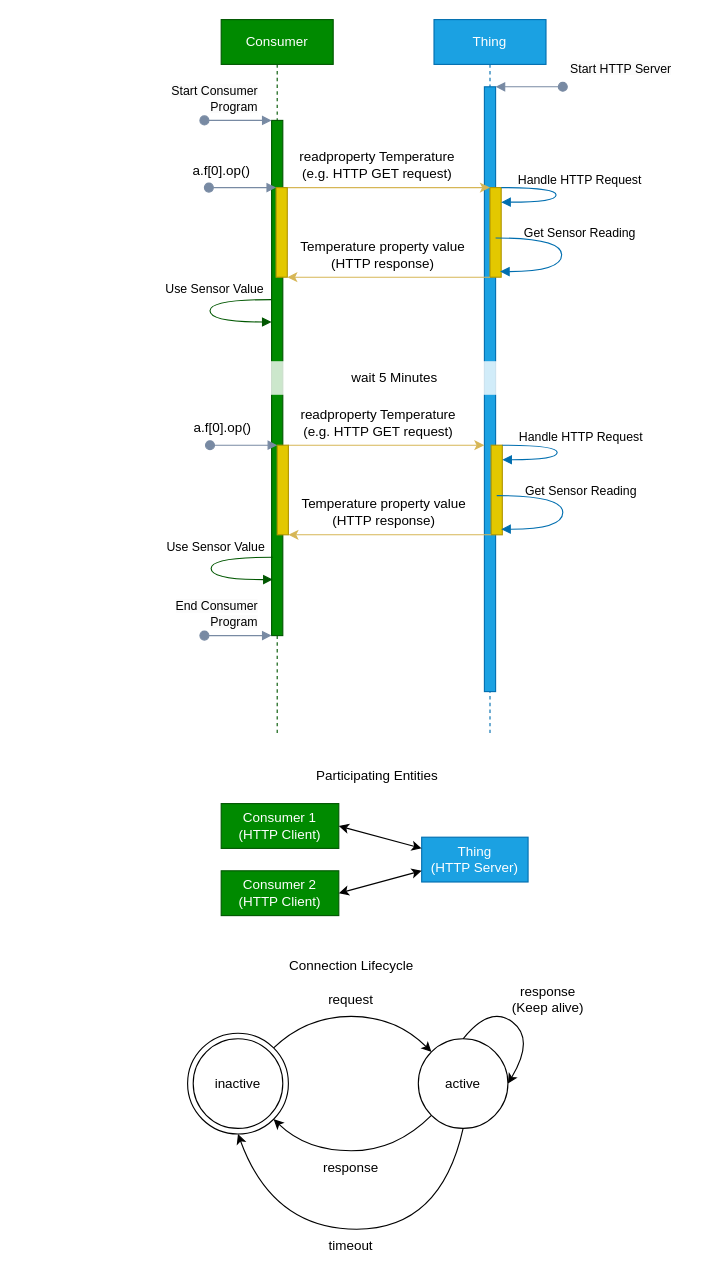
The draw.io diagram page "HTTP" (3 of 5) of planning/ThingDescription/td-next-work-items/images/initial-connection.drawio in w3c/wot, before the edit. Source tidied: cells renumbered, new cells numbered last; positions are measured from the earlier drawing's top-left corner, leaving out a move shared by most shapes. Both pictures are drawn from the tidied source at 112%, with x=0, y=0 at pixel (137, 19).
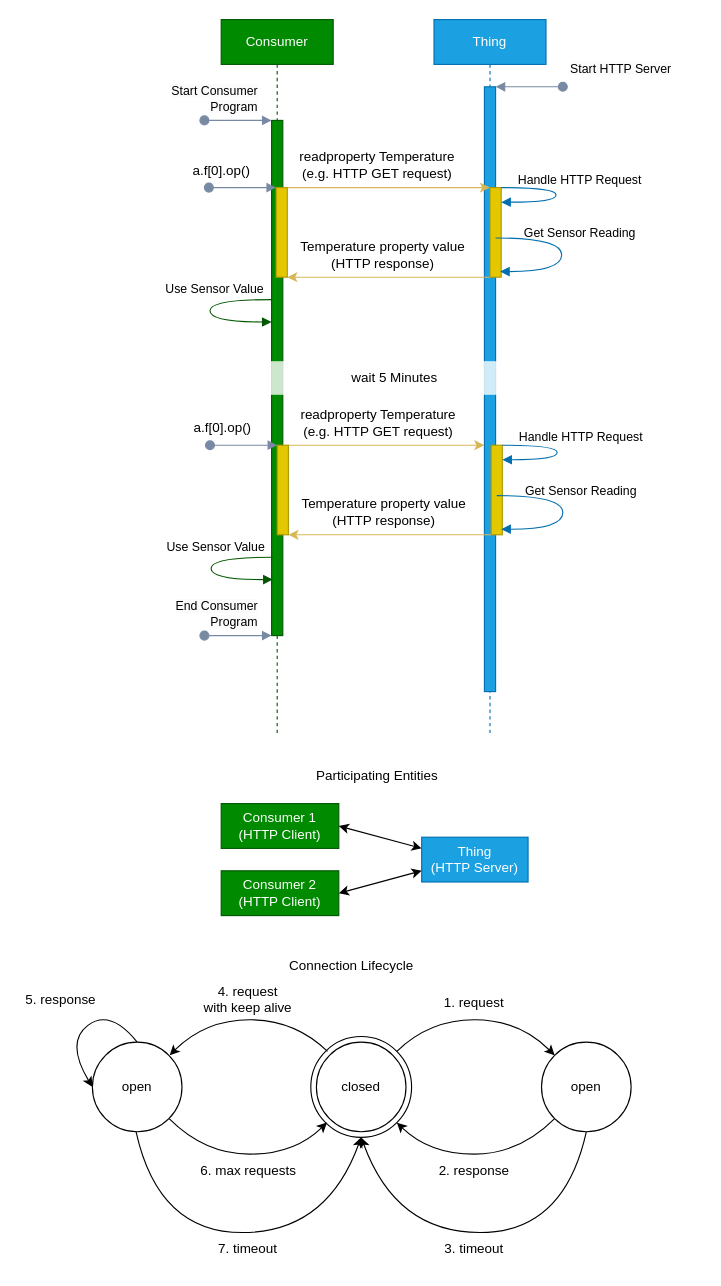
After the change.

Commit message (it also covers changes not shown here):
explain lifecycle diagrams

Change to the diagram source:
```diff
@@
-    <mxCell id="41" style="group;" parent="1" vertex="1">
-      <mxGeometry x="45" y="850" width="357" height="260" as="geometry" />
-    </mxCell>
+    <mxCell id="54" style="group;flipH=1;" parent="1" vertex="1">
+      <mxGeometry x="-64" y="883" width="104" height="110" as="geometry" />
+    </mxCell>
+    <mxCell id="55" value="open" style="ellipse;whiteSpace=wrap;html=1;fillColor=default;" parent="54" vertex="1">
+      <mxGeometry x="24" y="30" width="80" height="80" as="geometry" />
+    </mxCell>
+    <mxCell id="56" style="endArrow=classic;html=1;exitX=0.5;exitY=0;exitDx=0;exitDy=0;entryX=0;entryY=0.5;entryDx=0;entryDy=0;curved=1;" parent="54" edge="1" source="55" target="55">
+      <mxGeometry relative="1" as="geometry">
+        <Array as="points">
+          <mxPoint x="40" />
+          <mxPoint y="30" />
+        </Array>
+      </mxGeometry>
+    </mxCell>
+    <mxCell id="57" value="5. response" style="text;html=1;strokeColor=none;fillColor=none;align=center;verticalAlign=middle;whiteSpace=wrap;rounded=0;" parent="1" vertex="1">
+      <mxGeometry x="-105" y="860" width="74" height="30" as="geometry" />
+    </mxCell>
-    <mxCell id="42" style="ellipse;whiteSpace=wrap;html=1;fillColor=none;" parent="41" vertex="1">
-      <mxGeometry y="55" width="90" height="90" as="geometry" />
+    <mxCell id="42" style="ellipse;whiteSpace=wrap;html=1;fillColor=none;" parent="1" vertex="1">
+      <mxGeometry x="155" y="908" width="90" height="90" as="geometry" />
     </mxCell>
-    <mxCell id="43" value="inactive" style="ellipse;whiteSpace=wrap;html=1;fillColor=default;" parent="41" vertex="1">
-      <mxGeometry x="5" y="60" width="80" height="80" as="geometry" />
+    <mxCell id="43" value="closed" style="ellipse;whiteSpace=wrap;html=1;fillColor=default;" parent="1" vertex="1">
+      <mxGeometry x="160" y="913" width="80" height="80" as="geometry" />
     </mxCell>
-    <mxCell id="44" value="active" style="ellipse;whiteSpace=wrap;html=1;fillColor=default;" parent="41" vertex="1">
-      <mxGeometry x="206" y="60" width="80" height="80" as="geometry" />
+    <mxCell id="44" value="open" style="ellipse;whiteSpace=wrap;html=1;fillColor=default;" parent="1" vertex="1">
+      <mxGeometry x="361" y="913" width="80" height="80" as="geometry" />
     </mxCell>
-    <mxCell id="45" style="curved=1;endArrow=classic;html=1;rounded=0;entryX=0;entryY=0;entryDx=0;entryDy=0;exitX=1;exitY=0;exitDx=0;exitDy=0;" parent="41" edge="1" source="42" target="44">
+    <mxCell id="45" style="curved=1;endArrow=classic;html=1;rounded=0;entryX=0;entryY=0;entryDx=0;entryDy=0;exitX=1;exitY=0;exitDx=0;exitDy=0;" parent="1" edge="1" source="42" target="44">
       <mxGeometry relative="1" as="geometry">
         <Array as="points">
-          <mxPoint x="106" y="40" />
-          <mxPoint x="186" y="40" />
+          <mxPoint x="261" y="893" />
+          <mxPoint x="341" y="893" />
         </Array>
       </mxGeometry>
     </mxCell>
-    <mxCell id="46" value="request" style="text;html=1;strokeColor=none;fillColor=none;align=center;verticalAlign=middle;whiteSpace=wrap;rounded=0;" parent="41" vertex="1">
-      <mxGeometry x="116" y="10" width="60" height="30" as="geometry" />
+    <mxCell id="46" value="1. request" style="text;html=1;strokeColor=none;fillColor=none;align=center;verticalAlign=middle;whiteSpace=wrap;rounded=0;" parent="1" vertex="1">
+      <mxGeometry x="271" y="863" width="60" height="30" as="geometry" />
     </mxCell>
-    <mxCell id="47" style="curved=1;endArrow=classic;html=1;rounded=0;entryX=1;entryY=1;entryDx=0;entryDy=0;exitX=0;exitY=1;exitDx=0;exitDy=0;" parent="41" edge="1" source="44" target="42">
+    <mxCell id="47" style="curved=1;endArrow=classic;html=1;rounded=0;entryX=1;entryY=1;entryDx=0;entryDy=0;exitX=0;exitY=1;exitDx=0;exitDy=0;" parent="1" edge="1" source="44" target="42">
       <mxGeometry relative="1" as="geometry">
         <Array as="points">
-          <mxPoint x="186" y="160" />
-          <mxPoint x="106" y="160" />
+          <mxPoint x="341" y="1013" />
+          <mxPoint x="261" y="1013" />
         </Array>
       </mxGeometry>
     </mxCell>
-    <mxCell id="48" value="response (Keep alive)" style="text;html=1;strokeColor=none;fillColor=none;align=center;verticalAlign=middle;whiteSpace=wrap;rounded=0;" parent="41" vertex="1">
-      <mxGeometry x="287" y="10" width="70" height="30" as="geometry" />
-    </mxCell>
-    <mxCell id="49" style="endArrow=classic;html=1;exitX=0.5;exitY=0;exitDx=0;exitDy=0;entryX=1;entryY=0.5;entryDx=0;entryDy=0;curved=1;" parent="41" edge="1" source="44" target="44">
-      <mxGeometry relative="1" as="geometry">
-        <Array as="points">
-          <mxPoint x="270" y="30" />
-          <mxPoint x="310" y="60" />
-        </Array>
-      </mxGeometry>
-    </mxCell>
-    <mxCell id="50" value="response" style="text;html=1;strokeColor=none;fillColor=none;align=center;verticalAlign=middle;whiteSpace=wrap;rounded=0;" parent="41" vertex="1">
-      <mxGeometry x="116" y="160" width="60" height="30" as="geometry" />
+    <mxCell id="50" value="2. response" style="text;html=1;strokeColor=none;fillColor=none;align=center;verticalAlign=middle;whiteSpace=wrap;rounded=0;" parent="1" vertex="1">
+      <mxGeometry x="264" y="1013" width="74" height="30" as="geometry" />
     </mxCell>
-    <mxCell id="51" style="endArrow=classic;html=1;curved=1;exitX=0.5;exitY=1;exitDx=0;exitDy=0;entryX=0.5;entryY=1;entryDx=0;entryDy=0;" parent="41" edge="1" source="44" target="42">
+    <mxCell id="51" style="endArrow=classic;html=1;curved=1;exitX=0.5;exitY=1;exitDx=0;exitDy=0;entryX=0.5;entryY=1;entryDx=0;entryDy=0;" parent="1" edge="1" source="44" target="42">
       <mxGeometry relative="1" as="geometry">
         <Array as="points">
-          <mxPoint x="226" y="230" />
-          <mxPoint x="76" y="230" />
+          <mxPoint x="381" y="1083" />
+          <mxPoint x="231" y="1083" />
         </Array>
       </mxGeometry>
     </mxCell>
-    <mxCell id="52" value="timeout" style="text;html=1;strokeColor=none;fillColor=none;align=center;verticalAlign=middle;whiteSpace=wrap;rounded=0;" parent="41" vertex="1">
-      <mxGeometry x="116" y="230" width="60" height="30" as="geometry" />
+    <mxCell id="52" value="3. timeout" style="text;html=1;strokeColor=none;fillColor=none;align=center;verticalAlign=middle;whiteSpace=wrap;rounded=0;" parent="1" vertex="1">
+      <mxGeometry x="271" y="1083" width="60" height="30" as="geometry" />
     </mxCell>
-    <mxCell id="53" value="Connection Lifecycle" style="text;html=1;strokeColor=none;fillColor=none;align=center;verticalAlign=middle;whiteSpace=wrap;rounded=0;" parent="41" vertex="1">
-      <mxGeometry x="73.5" y="-20" width="145" height="30" as="geometry" />
+    <mxCell id="53" value="Connection Lifecycle" style="text;html=1;strokeColor=none;fillColor=none;align=center;verticalAlign=middle;whiteSpace=wrap;rounded=0;" parent="1" vertex="1">
+      <mxGeometry x="118.5" y="830" width="145" height="30" as="geometry" />
     </mxCell>
+    <mxCell id="58" style="curved=1;endArrow=classic;html=1;rounded=0;entryX=0;entryY=0;entryDx=0;entryDy=0;exitX=1;exitY=0;exitDx=0;exitDy=0;" parent="1" edge="1">
+      <mxGeometry relative="1" as="geometry">
+        <mxPoint x="169.9" y="921.2" as="sourcePoint" />
+        <mxPoint x="29" y="924.7" as="targetPoint" />
+        <Array as="points">
+          <mxPoint x="140.7" y="893" />
+          <mxPoint x="60.7" y="893" />
+        </Array>
+      </mxGeometry>
+    </mxCell>
+    <mxCell id="59" value="4. request&lt;br&gt;with keep alive" style="text;html=1;strokeColor=none;fillColor=none;align=center;verticalAlign=middle;whiteSpace=wrap;rounded=0;" parent="1" vertex="1">
+      <mxGeometry x="49" y="860" width="100" height="30" as="geometry" />
+    </mxCell>
+    <mxCell id="60" style="curved=1;endArrow=classic;html=1;rounded=0;entryX=1;entryY=1;entryDx=0;entryDy=0;exitX=0;exitY=1;exitDx=0;exitDy=0;" parent="1" edge="1">
+      <mxGeometry relative="1" as="geometry">
+        <mxPoint x="28.5" y="981.3" as="sourcePoint" />
+        <mxPoint x="169.4" y="984.8" as="targetPoint" />
+        <Array as="points">
+          <mxPoint x="60.3" y="1013" />
+          <mxPoint x="140.3" y="1013" />
+        </Array>
+      </mxGeometry>
+    </mxCell>
+    <mxCell id="61" value="6. max requests" style="text;html=1;strokeColor=none;fillColor=none;align=center;verticalAlign=middle;whiteSpace=wrap;rounded=0;" parent="1" vertex="1">
+      <mxGeometry x="52.5" y="1013" width="93" height="30" as="geometry" />
+    </mxCell>
+    <mxCell id="62" style="endArrow=classic;html=1;curved=1;exitX=0.5;exitY=1;exitDx=0;exitDy=0;entryX=0.5;entryY=1;entryDx=0;entryDy=0;" parent="1" edge="1">
+      <mxGeometry relative="1" as="geometry">
+        <mxPoint x="-1" y="993" as="sourcePoint" />
+        <mxPoint x="200" y="998" as="targetPoint" />
+        <Array as="points">
+          <mxPoint x="19" y="1083" />
+          <mxPoint x="169" y="1083" />
+        </Array>
+      </mxGeometry>
+    </mxCell>
+    <mxCell id="63" value="7. timeout" style="text;html=1;strokeColor=none;fillColor=none;align=center;verticalAlign=middle;whiteSpace=wrap;rounded=0;" parent="1" vertex="1">
+      <mxGeometry x="69" y="1083" width="60" height="30" as="geometry" />
+    </mxCell>
```
